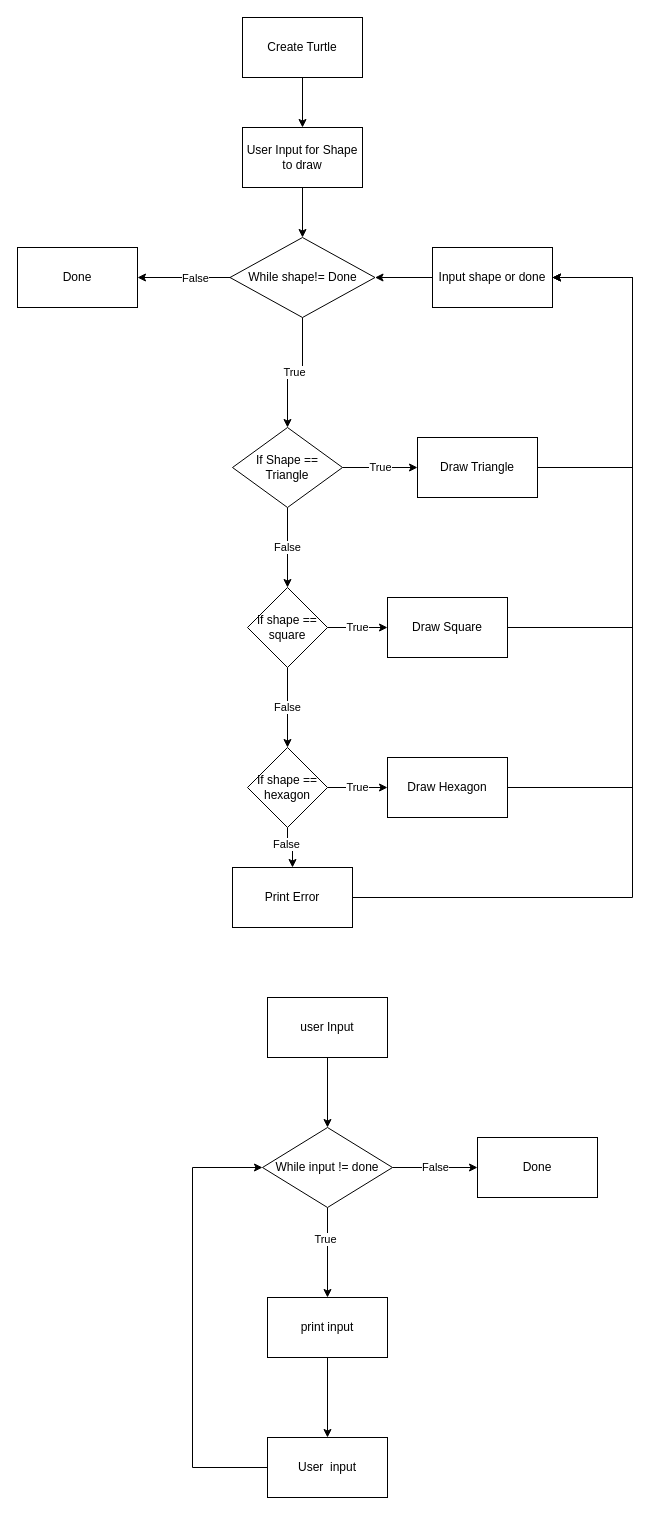
Above: Untitled Diagram.drawio in cgront/beginner-python (draw.io), before the change. Source tidied: cells renumbered, new cells numbered last; positions are measured from the earlier drawing's top-left corner, leaving out a move shared by most shapes. Both pictures are drawn from the tidied source at 100%, with x=0, y=0 at pixel (17, 17).
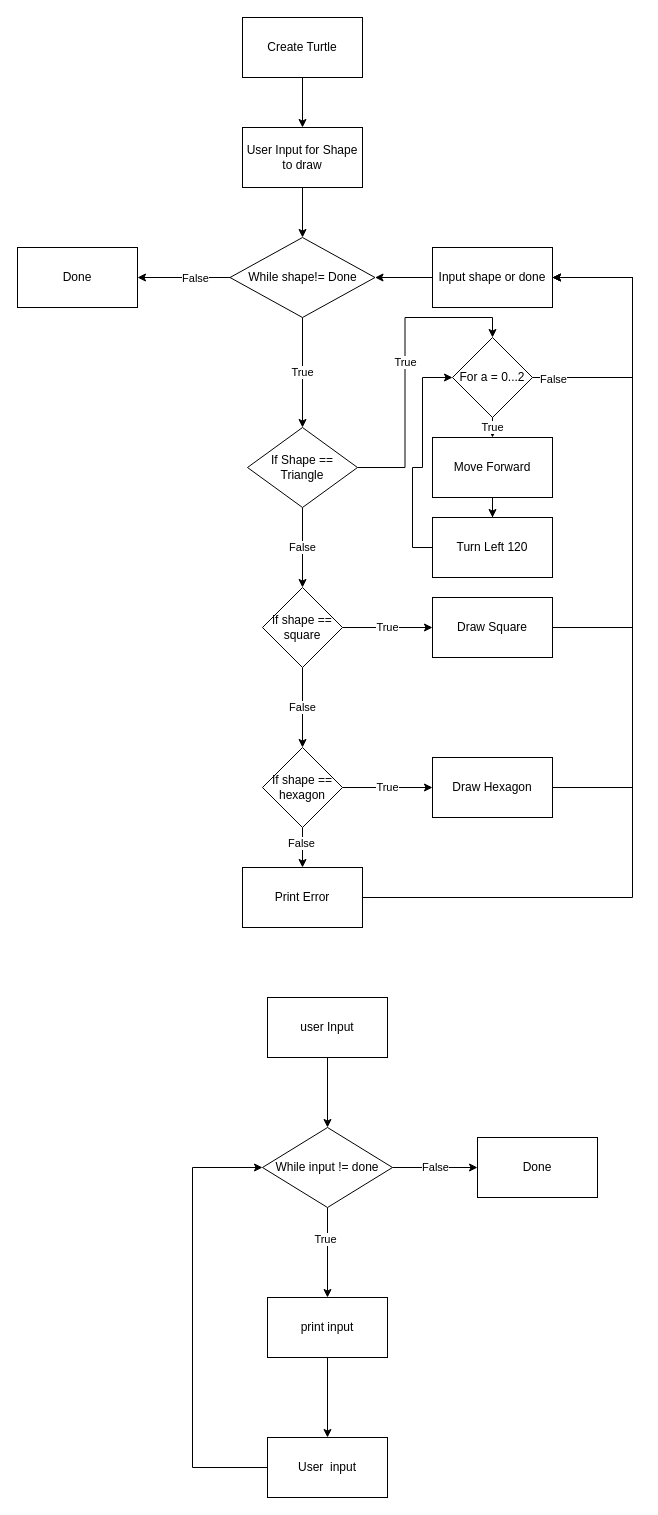
The same diagram, later.

The change refers to these unchanged cells:
```xml
<mxCell id="41" value="Input shape or done" style="rounded=0;whiteSpace=wrap;html=1;" parent="1" vertex="1">
  <mxGeometry x="415" y="230" width="120" height="60" as="geometry" />
</mxCell>
```

What changed in the source:
```diff
@@
-    <mxCell id="4" value="True" style="edgeStyle=orthogonalEdgeStyle;rounded=0;jettySize=auto;html=1;" parent="1" edge="1" source="6" target="8">
+    <mxCell id="4" value="True" style="edgeStyle=orthogonalEdgeStyle;rounded=0;jettySize=auto;html=1;entryX=0.5;entryY=0;entryDx=0;entryDy=0;" parent="1" edge="1" source="6" target="44">
       <mxGeometry relative="1" as="geometry" />
     </mxCell>
@@
     <mxCell id="6" value="If Shape == Triangle" style="rhombus;whiteSpace=wrap;html=1;" parent="1" vertex="1">
-      <mxGeometry x="215" y="410" width="110" height="80" as="geometry" />
+      <mxGeometry x="230" y="410" width="110" height="80" as="geometry" />
     </mxCell>
-    <mxCell id="7" style="edgeStyle=orthogonalEdgeStyle;rounded=0;jettySize=auto;html=1;entryX=1;entryY=0.5;entryDx=0;entryDy=0;" parent="1" edge="1" source="8" target="41">
+    <mxCell id="7" style="edgeStyle=orthogonalEdgeStyle;rounded=0;jettySize=auto;html=1;entryX=1;entryY=0.5;entryDx=0;entryDy=0;exitX=1;exitY=0.5;exitDx=0;exitDy=0;" parent="1" edge="1" source="44" target="41">
       <mxGeometry relative="1" as="geometry">
         <Array as="points">
-          <mxPoint x="615" y="450" />
+          <mxPoint x="615" y="360" />
           <mxPoint x="615" y="260" />
         </Array>
       </mxGeometry>
     </mxCell>
-    <mxCell id="8" value="Draw Triangle" style="whiteSpace=wrap;html=1;" parent="1" vertex="1">
-      <mxGeometry x="400" y="420" width="120" height="60" as="geometry" />
-    </mxCell>
+    <mxCell id="43" value="False" style="edgeLabel;html=1;align=center;verticalAlign=middle;" parent="7" vertex="1">
+      <mxGeometry x="-0.86" y="-1" relative="1" as="geometry" />
+    </mxCell>
@@
     <mxCell id="11" value="if shape == square" style="rhombus;whiteSpace=wrap;html=1;" parent="1" vertex="1">
-      <mxGeometry x="230" y="570" width="80" height="80" as="geometry" />
+      <mxGeometry x="245" y="570" width="80" height="80" as="geometry" />
     </mxCell>
@@
     <mxCell id="13" value="Draw Square" style="whiteSpace=wrap;html=1;" parent="1" vertex="1">
-      <mxGeometry x="370" y="580" width="120" height="60" as="geometry" />
+      <mxGeometry x="415" y="580" width="120" height="60" as="geometry" />
     </mxCell>
@@
     <mxCell id="17" value="If shape == hexagon" style="rhombus;whiteSpace=wrap;html=1;" parent="1" vertex="1">
-      <mxGeometry x="230" y="730" width="80" height="80" as="geometry" />
+      <mxGeometry x="245" y="730" width="80" height="80" as="geometry" />
     </mxCell>
@@
     <mxCell id="19" value="Draw Hexagon" style="whiteSpace=wrap;html=1;" parent="1" vertex="1">
-      <mxGeometry x="370" y="740" width="120" height="60" as="geometry" />
+      <mxGeometry x="415" y="740" width="120" height="60" as="geometry" />
     </mxCell>
@@
     <mxCell id="21" value="Print Error" style="whiteSpace=wrap;html=1;" parent="1" vertex="1">
-      <mxGeometry x="215" y="850" width="120" height="60" as="geometry" />
+      <mxGeometry x="225" y="850" width="120" height="60" as="geometry" />
     </mxCell>
@@
+    <mxCell id="44" value="For a = 0...2" style="rhombus;whiteSpace=wrap;html=1;" parent="1" vertex="1">
+      <mxGeometry x="435" y="320" width="80" height="80" as="geometry" />
+    </mxCell>
+    <mxCell id="45" style="edgeStyle=orthogonalEdgeStyle;rounded=0;jettySize=auto;html=1;" parent="1" edge="1" source="46" target="48">
+      <mxGeometry relative="1" as="geometry" />
+    </mxCell>
+    <mxCell id="46" value="Move Forward" style="rounded=0;whiteSpace=wrap;html=1;" parent="1" vertex="1">
+      <mxGeometry x="415" y="420" width="120" height="60" as="geometry" />
+    </mxCell>
+    <mxCell id="47" style="edgeStyle=orthogonalEdgeStyle;rounded=0;jettySize=auto;html=1;entryX=0;entryY=0.5;entryDx=0;entryDy=0;exitX=0;exitY=0.5;exitDx=0;exitDy=0;" parent="1" edge="1" source="48" target="44">
+      <mxGeometry relative="1" as="geometry">
+        <Array as="points">
+          <mxPoint x="395" y="530" />
+          <mxPoint x="395" y="450" />
+          <mxPoint x="405" y="450" />
+          <mxPoint x="405" y="360" />
+        </Array>
+      </mxGeometry>
+    </mxCell>
+    <mxCell id="48" value="Turn Left 120" style="rounded=0;whiteSpace=wrap;html=1;" parent="1" vertex="1">
+      <mxGeometry x="415" y="500" width="120" height="60" as="geometry" />
+    </mxCell>
+    <mxCell id="49" value="True" style="endArrow=classic;html=1;exitX=0.5;exitY=1;exitDx=0;exitDy=0;entryX=0.5;entryY=0;entryDx=0;entryDy=0;" parent="1" edge="1" source="44" target="46">
+      <mxGeometry relative="1" as="geometry" />
+    </mxCell>
```
